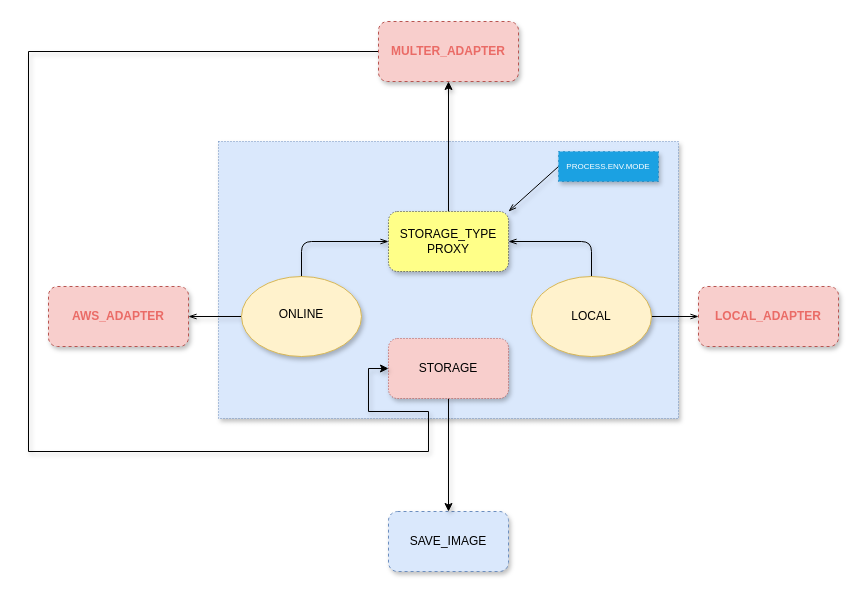
Before: test.drawio in eric218110/drawio, a draw.io diagram. Source tidied: cells renumbered, new cells numbered last; positions are measured from the earlier drawing's top-left corner, leaving out a move shared by most shapes. Both pictures are drawn from the tidied source at 100%, with x=0, y=0 at pixel (28, 21).
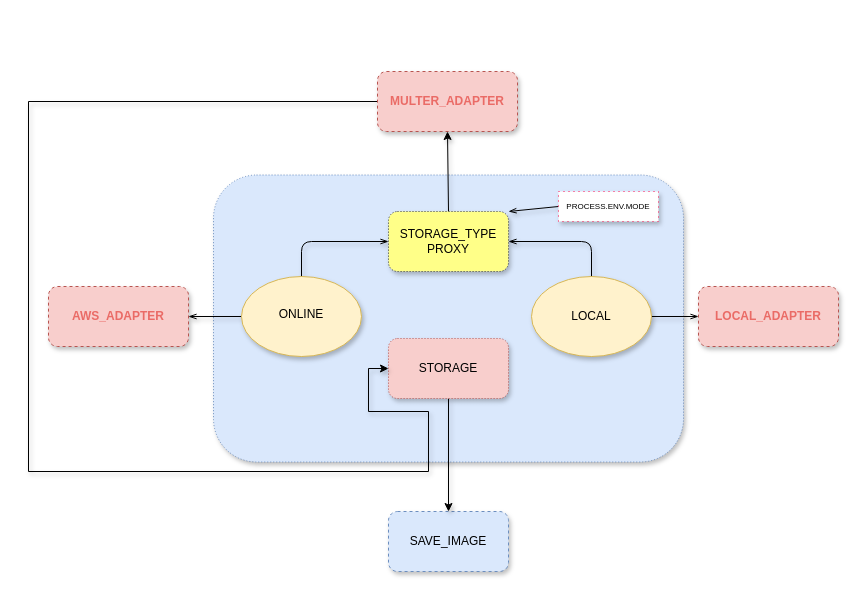
The same page after the edit.

Unchanged cells that the change refers to:
```xml
<mxCell id="15" value="STORAGE" style="rounded=1;whiteSpace=wrap;html=1;shadow=1;dashed=1;dashPattern=1 2;fillColor=#f8cecc;strokeColor=#b85450;" parent="1" vertex="1">
  <mxGeometry x="360" y="317" width="120" height="60" as="geometry" />
</mxCell>
```

Change to the diagram source:
```diff
@@
-    <mxCell id="2" style="rounded=0;whiteSpace=wrap;html=1;shadow=1;dashed=1;dashPattern=1 2;fillColor=#dae8fc;strokeColor=#6c8ebf;" parent="1" vertex="1">
-      <mxGeometry x="190" y="120" width="460" height="277" as="geometry" />
+    <mxCell id="2" style="rounded=1;whiteSpace=wrap;html=1;shadow=1;dashed=1;dashPattern=1 2;fillColor=#dae8fc;strokeColor=#6c8ebf;" parent="1" vertex="1">
+      <mxGeometry x="185" y="153.5" width="470" height="287" as="geometry" />
     </mxCell>
@@
     <mxCell id="16" style="edgeStyle=orthogonalEdgeStyle;rounded=0;jettySize=auto;html=1;exitX=0;exitY=0.5;exitDx=0;exitDy=0;entryX=0;entryY=0.5;entryDx=0;entryDy=0;shadow=1;endArrow=classic;endFill=1;" parent="1" edge="1" source="17" target="15">
       <mxGeometry relative="1" as="geometry">
         <Array as="points">
-          <mxPoint y="30" />
-          <mxPoint y="430" />
-          <mxPoint x="400" y="430" />
+          <mxPoint y="80" />
+          <mxPoint y="450" />
+          <mxPoint x="400" y="450" />
           <mxPoint x="400" y="390" />
           <mxPoint x="340" y="390" />
           <mxPoint x="340" y="347" />
         </Array>
       </mxGeometry>
     </mxCell>
     <mxCell id="17" value="MULTER_ADAPTER" style="rounded=1;whiteSpace=wrap;html=1;shadow=1;dashed=1;fillColor=#f8cecc;strokeColor=#b85450;fontColor=#EA6B66;fontStyle=1;" parent="1" vertex="1">
-      <mxGeometry x="350" width="140" height="60" as="geometry" />
+      <mxGeometry x="349" y="50" width="140" height="60" as="geometry" />
     </mxCell>
@@
-    <mxCell id="21" value="&lt;p style=&quot;line-height: 70%&quot;&gt;&lt;font style=&quot;font-size: 8px&quot;&gt;PROCESS.ENV.MODE&lt;/font&gt;&lt;/p&gt;" style="rounded=0;whiteSpace=wrap;html=1;shadow=1;dashed=1;dashPattern=1 4;fillColor=#1ba1e2;strokeColor=#006EAF;fontColor=#ffffff;" parent="1" vertex="1">
-      <mxGeometry x="530" y="130" width="100" height="30" as="geometry" />
+    <mxCell id="21" value="&lt;p style=&quot;line-height: 70%&quot;&gt;&lt;font style=&quot;font-size: 8px&quot;&gt;PROCESS.ENV.MODE&lt;/font&gt;&lt;/p&gt;" style="rounded=0;whiteSpace=wrap;html=1;shadow=1;dashed=1;dashPattern=1 4;strokeColor=#FF0F4F;" parent="1" vertex="1">
+      <mxGeometry x="530" y="170" width="100" height="30" as="geometry" />
     </mxCell>
```
